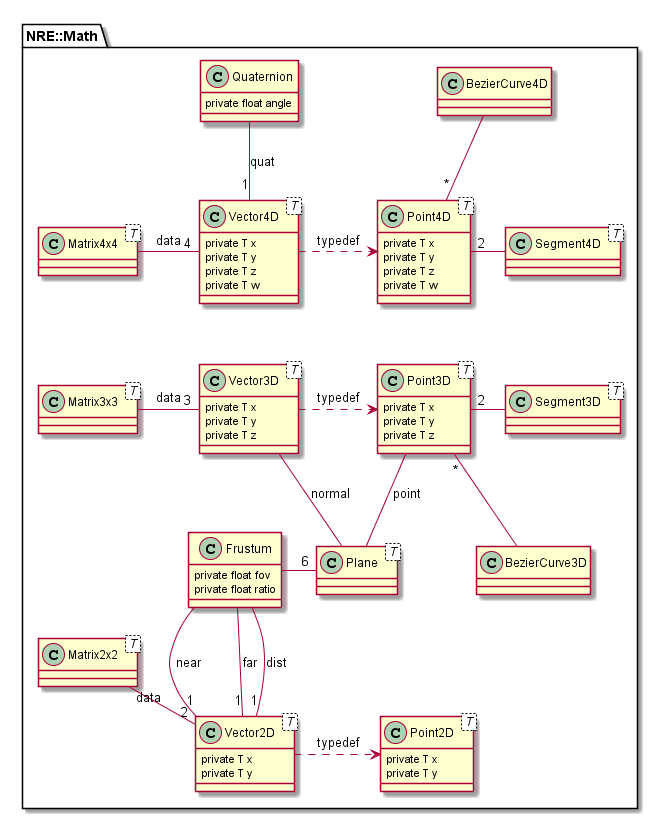
Before: uml/Math/NRE_Math.png, a diagram exported from PlantUML (AbelDoc/NRE-Math).
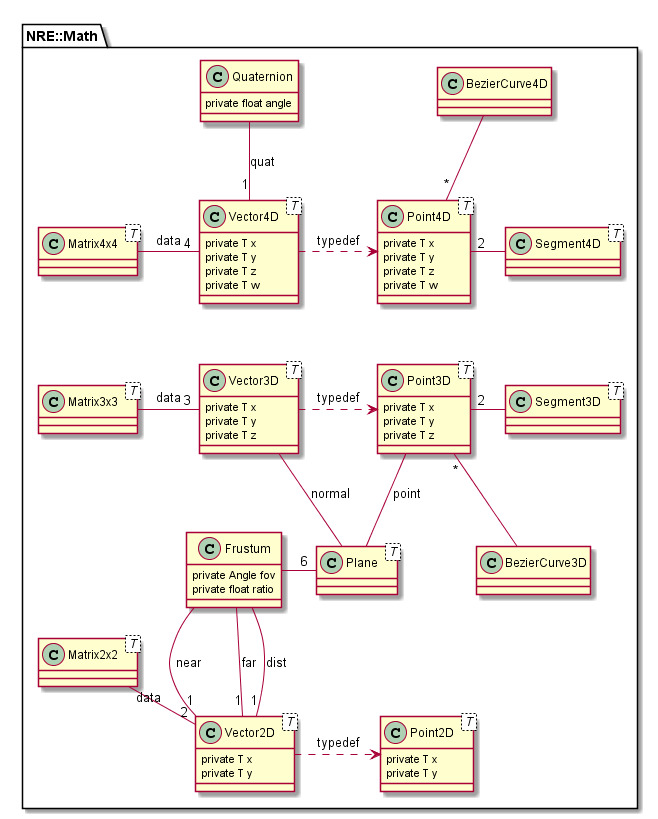
After the change.

Commit message:
Fix frustum's fov type

What changed in the source:
```diff
@@ -35,7 +35,7 @@
         }
         class Plane < T >
         class Frustum {
-            private float fov
+            private Angle fov
             private float ratio
         }
         class BezierCurve3D
```
